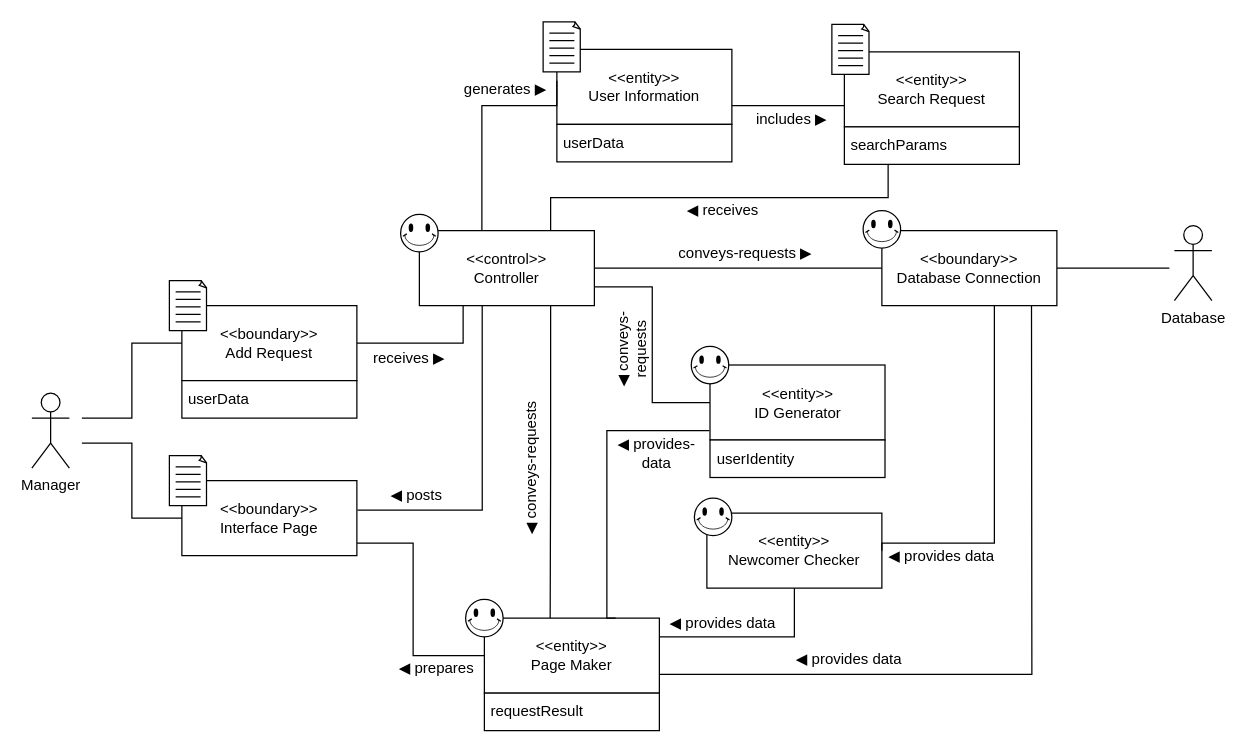
Before: docs/DomainModels/diagrams/DM-UC-14.drawio in youngkwon02/Enhanced-library-management, a draw.io diagram. Source tidied: cells renumbered, new cells numbered last; positions are measured from the earlier drawing's top-left corner, leaving out a move shared by most shapes. Both pictures are drawn from the tidied source at 125%, with x=0, y=0 at pixel (31, 21).
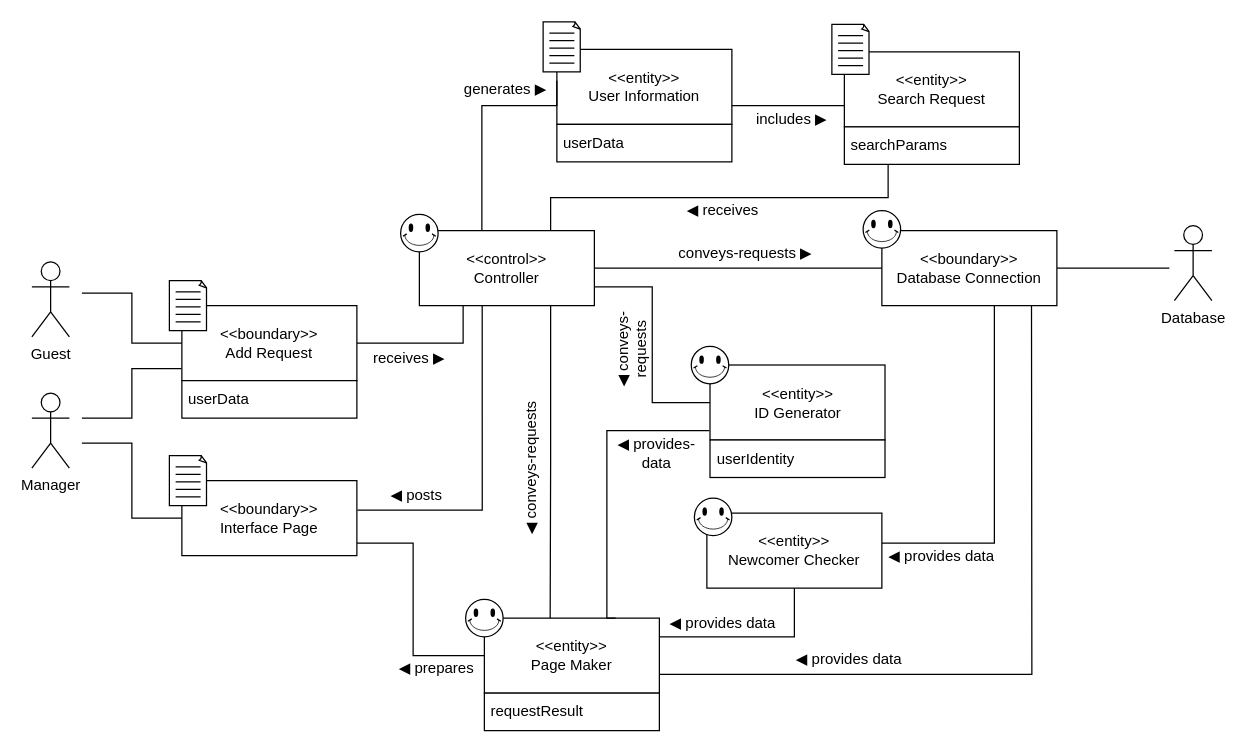
Above is the later version.

Commit message:
doc: add guest actor in DM-UC-14.drawio

The change refers to these unchanged cells:
```xml
<mxCell id="31" value="&amp;lt;&amp;lt;boundary&amp;gt;&amp;gt;&lt;br&gt;Add Request" style="rounded=0;whiteSpace=wrap;html=1;" parent="30" vertex="1">
  <mxGeometry width="140" height="60" as="geometry" />
</mxCell>
<mxCell id="72" value="&amp;lt;&amp;lt;entity&amp;gt;&amp;gt;&lt;br&gt;Newcomer Checker" style="rounded=0;whiteSpace=wrap;html=1;" parent="71" vertex="1">
  <mxGeometry x="10" y="12" width="140" height="60" as="geometry" />
</mxCell>
<mxCell id="76" value="&amp;lt;&amp;lt;boundary&amp;gt;&amp;gt;&lt;br&gt;Database Connection" style="rounded=0;whiteSpace=wrap;html=1;" parent="1" vertex="1">
  <mxGeometry x="680" y="167" width="140" height="60" as="geometry" />
</mxCell>
```

What changed in the source:
```diff
@@
-    <mxCell id="21" style="edgeStyle=orthogonalEdgeStyle;rounded=0;jettySize=auto;html=1;exitX=0;exitY=0.5;exitDx=0;exitDy=0;startArrow=none;startFill=0;endArrow=none;endFill=0;" parent="1" edge="1" source="31">
+    <mxCell id="21" style="edgeStyle=orthogonalEdgeStyle;rounded=0;jettySize=auto;html=1;exitX=-0.002;exitY=0.84;exitDx=0;exitDy=0;startArrow=none;startFill=0;endArrow=none;endFill=0;exitPerimeter=0;" parent="1" edge="1" source="31">
       <mxGeometry relative="1" as="geometry">
         <mxPoint x="40" y="317" as="targetPoint" />
         <Array as="points">
-          <mxPoint x="80" y="257" />
+          <mxPoint x="80" y="277" />
           <mxPoint x="80" y="317" />
         </Array>
       </mxGeometry>
     </mxCell>
@@
-    <mxCell id="80" style="edgeStyle=orthogonalEdgeStyle;rounded=0;jettySize=auto;html=1;exitX=1;exitY=0.5;exitDx=0;exitDy=0;endArrow=none;endFill=0;" parent="1" edge="1" source="72" target="76">
+    <mxCell id="80" style="edgeStyle=orthogonalEdgeStyle;rounded=0;jettySize=auto;html=1;endArrow=none;endFill=0;" parent="1" edge="1" target="76">
       <mxGeometry relative="1" as="geometry">
+        <mxPoint x="680" y="417" as="sourcePoint" />
         <Array as="points">
           <mxPoint x="680" y="417" />
           <mxPoint x="770" y="417" />
         </Array>
       </mxGeometry>
     </mxCell>
@@
+    <mxCell id="94" style="edgeStyle=orthogonalEdgeStyle;rounded=0;jettySize=auto;html=1;entryX=0;entryY=0.5;entryDx=0;entryDy=0;endArrow=none;endFill=0;" parent="1" edge="1" target="31">
+      <mxGeometry relative="1" as="geometry">
+        <mxPoint x="40" y="217" as="sourcePoint" />
+        <Array as="points">
+          <mxPoint x="40" y="217" />
+          <mxPoint x="80" y="217" />
+          <mxPoint x="80" y="257" />
+        </Array>
+      </mxGeometry>
+    </mxCell>
+    <mxCell id="95" value="Guest" style="shape=umlActor;verticalLabelPosition=bottom;verticalAlign=top;html=1;" parent="1" vertex="1">
+      <mxGeometry y="192" width="30" height="60" as="geometry" />
+    </mxCell>
```
